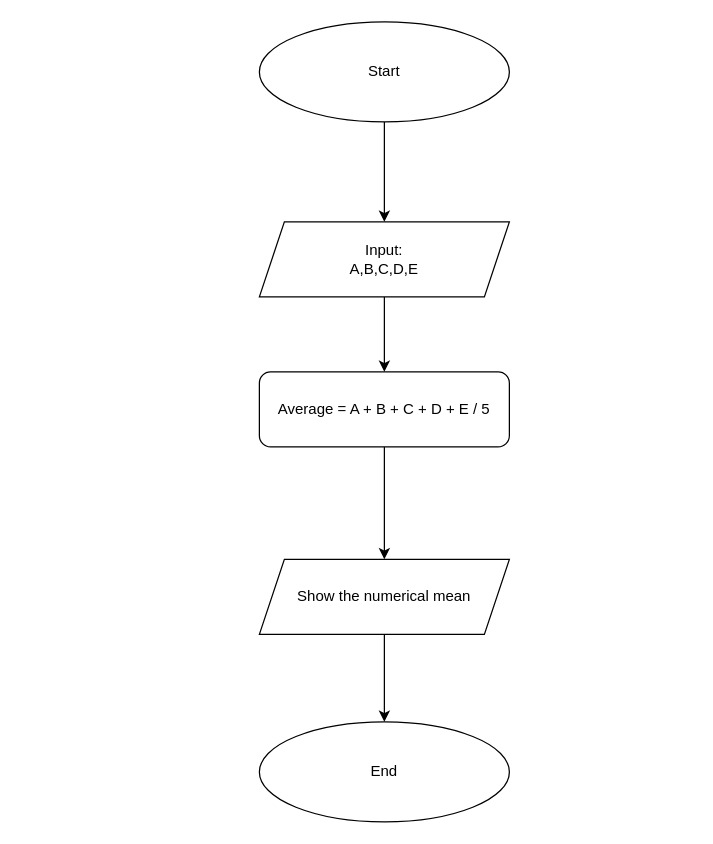
Above: page "Page-2" (2 of 10) of Untitled Diagram.drawio in Faigism/Assignment_code (draw.io), before the change. Source tidied: cells renumbered, new cells numbered last; positions are measured from the earlier drawing's top-left corner, leaving out a move shared by most shapes. Both pictures are drawn from the tidied source at 125%, with x=0, y=0 at pixel (259, 21).
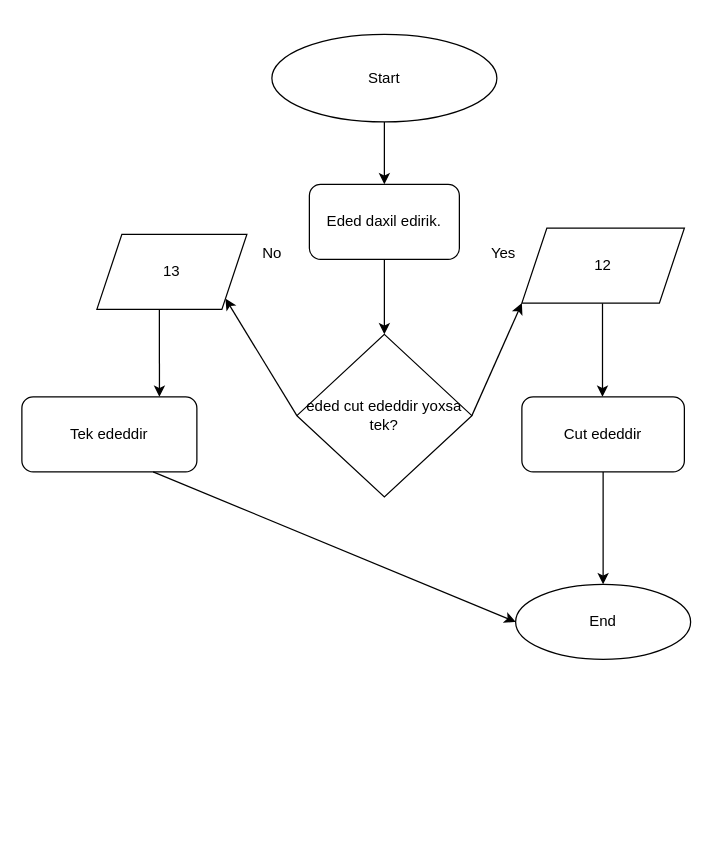
Above is the later version.

Change to the diagram source:
```diff
@@
-    <mxCell id="2" style="edgeStyle=orthogonalEdgeStyle;rounded=0;jettySize=auto;html=1;exitX=0.5;exitY=1;exitDx=0;exitDy=0;" parent="1" edge="1" source="3">
-      <mxGeometry relative="1" as="geometry">
-        <mxPoint x="100" y="160" as="targetPoint" />
-      </mxGeometry>
-    </mxCell>
     <mxCell id="3" value="Start" style="ellipse;whiteSpace=wrap;html=1;" parent="1" vertex="1">
-      <mxGeometry width="200" height="80" as="geometry" />
+      <mxGeometry x="10" y="10" width="180" height="70" as="geometry" />
     </mxCell>
-    <mxCell id="4" style="edgeStyle=orthogonalEdgeStyle;rounded=0;jettySize=auto;html=1;exitX=0.5;exitY=1;exitDx=0;exitDy=0;" parent="1" edge="1" source="5">
-      <mxGeometry relative="1" as="geometry">
-        <mxPoint x="100" y="280" as="targetPoint" />
-      </mxGeometry>
-    </mxCell>
-    <mxCell id="5" value="Input:&lt;br&gt;A,B,C,D,E" style="shape=parallelogram;perimeter=parallelogramPerimeter;whiteSpace=wrap;html=1;fixedSize=1;" parent="1" vertex="1">
-      <mxGeometry y="160" width="200" height="60" as="geometry" />
-    </mxCell>
-    <mxCell id="6" style="edgeStyle=orthogonalEdgeStyle;rounded=0;jettySize=auto;html=1;exitX=0.5;exitY=1;exitDx=0;exitDy=0;" parent="1" edge="1" source="7" target="9">
-      <mxGeometry relative="1" as="geometry" />
-    </mxCell>
-    <mxCell id="7" value="Average = A + B + C + D + E / 5" style="rounded=1;whiteSpace=wrap;html=1;" parent="1" vertex="1">
-      <mxGeometry y="280" width="200" height="60" as="geometry" />
-    </mxCell>
-    <mxCell id="8" style="edgeStyle=orthogonalEdgeStyle;rounded=0;jettySize=auto;html=1;exitX=0.5;exitY=1;exitDx=0;exitDy=0;" parent="1" edge="1" source="9" target="10">
-      <mxGeometry relative="1" as="geometry" />
-    </mxCell>
-    <mxCell id="9" value="Show the numerical mean" style="shape=parallelogram;perimeter=parallelogramPerimeter;whiteSpace=wrap;html=1;fixedSize=1;" parent="1" vertex="1">
-      <mxGeometry y="430" width="200" height="60" as="geometry" />
-    </mxCell>
+    <mxCell id="11" style="endArrow=classic;html=1;rounded=0;" parent="1" edge="1" source="3">
+      <mxGeometry relative="1" as="geometry">
+        <mxPoint x="100" y="130" as="targetPoint" />
+      </mxGeometry>
+    </mxCell>
+    <mxCell id="12" value="eded cut ededdir yoxsa tek?" style="rhombus;whiteSpace=wrap;html=1;" parent="1" vertex="1">
+      <mxGeometry x="30" y="250" width="140" height="130" as="geometry" />
+    </mxCell>
+    <mxCell id="13" style="endArrow=classic;html=1;rounded=0;exitX=1;exitY=0.5;exitDx=0;exitDy=0;entryX=0;entryY=1;entryDx=0;entryDy=0;" parent="1" edge="1" source="12" target="18">
+      <mxGeometry relative="1" as="geometry" />
+    </mxCell>
+    <mxCell id="14" style="endArrow=classic;html=1;rounded=0;exitX=0;exitY=0.5;exitDx=0;exitDy=0;entryX=1;entryY=1;entryDx=0;entryDy=0;" parent="1" edge="1" source="12" target="25">
+      <mxGeometry relative="1" as="geometry" />
+    </mxCell>
+    <mxCell id="15" value="Yes" style="text;html=1;align=center;verticalAlign=middle;strokeColor=none;fillColor=none;" parent="1" vertex="1">
+      <mxGeometry x="175" y="170" width="40" height="30" as="geometry" />
+    </mxCell>
+    <mxCell id="16" value="No" style="text;html=1;align=center;verticalAlign=middle;strokeColor=none;fillColor=none;" parent="1" vertex="1">
+      <mxGeometry x="-10" y="170" width="40" height="30" as="geometry" />
+    </mxCell>
+    <mxCell id="17" style="endArrow=classic;html=1;rounded=0;exitX=0.5;exitY=1;exitDx=0;exitDy=0;" parent="1" edge="1">
+      <mxGeometry relative="1" as="geometry">
+        <mxPoint x="274.5" y="225" as="sourcePoint" />
+        <mxPoint x="274.5" y="300" as="targetPoint" />
+      </mxGeometry>
+    </mxCell>
     <mxCell id="10" value="End" style="ellipse;whiteSpace=wrap;html=1;" parent="1" vertex="1">
-      <mxGeometry y="560" width="200" height="80" as="geometry" />
+      <mxGeometry x="205" y="450" width="140" height="60" as="geometry" />
     </mxCell>
+    <mxCell id="18" value="12" style="shape=parallelogram;perimeter=parallelogramPerimeter;whiteSpace=wrap;html=1;fixedSize=1;" parent="1" vertex="1">
+      <mxGeometry x="210" y="165" width="130" height="60" as="geometry" />
+    </mxCell>
+    <mxCell id="19" value="Cut ededdir" style="rounded=1;whiteSpace=wrap;html=1;" parent="1" vertex="1">
+      <mxGeometry x="210" y="300" width="130" height="60" as="geometry" />
+    </mxCell>
+    <mxCell id="20" style="endArrow=classic;html=1;rounded=0;exitX=0.5;exitY=1;exitDx=0;exitDy=0;entryX=0.5;entryY=0;entryDx=0;entryDy=0;" parent="1" edge="1" source="19" target="10">
+      <mxGeometry relative="1" as="geometry" />
+    </mxCell>
+    <mxCell id="21" value="Tek ededdir" style="rounded=1;whiteSpace=wrap;html=1;" parent="1" vertex="1">
+      <mxGeometry x="-190" y="300" width="140" height="60" as="geometry" />
+    </mxCell>
+    <mxCell id="22" value="Eded daxil edirik." style="rounded=1;whiteSpace=wrap;html=1;" parent="1" vertex="1">
+      <mxGeometry x="40" y="130" width="120" height="60" as="geometry" />
+    </mxCell>
+    <mxCell id="23" style="endArrow=classic;html=1;rounded=0;exitX=0.5;exitY=1;exitDx=0;exitDy=0;" parent="1" edge="1" source="22">
+      <mxGeometry relative="1" as="geometry">
+        <mxPoint x="100" y="250" as="targetPoint" />
+      </mxGeometry>
+    </mxCell>
+    <mxCell id="24" style="endArrow=classic;html=1;rounded=0;entryX=0;entryY=0.5;entryDx=0;entryDy=0;exitX=0.75;exitY=1;exitDx=0;exitDy=0;" parent="1" edge="1" source="21" target="10">
+      <mxGeometry relative="1" as="geometry" />
+    </mxCell>
+    <mxCell id="25" value="13" style="shape=parallelogram;perimeter=parallelogramPerimeter;whiteSpace=wrap;html=1;fixedSize=1;" parent="1" vertex="1">
+      <mxGeometry x="-130" y="170" width="120" height="60" as="geometry" />
+    </mxCell>
+    <mxCell id="26" style="endArrow=classic;html=1;rounded=0;entryX=0.786;entryY=0;entryDx=0;entryDy=0;entryPerimeter=0;" parent="1" edge="1" target="21">
+      <mxGeometry relative="1" as="geometry">
+        <mxPoint x="-80" y="230" as="sourcePoint" />
+      </mxGeometry>
+    </mxCell>
```
